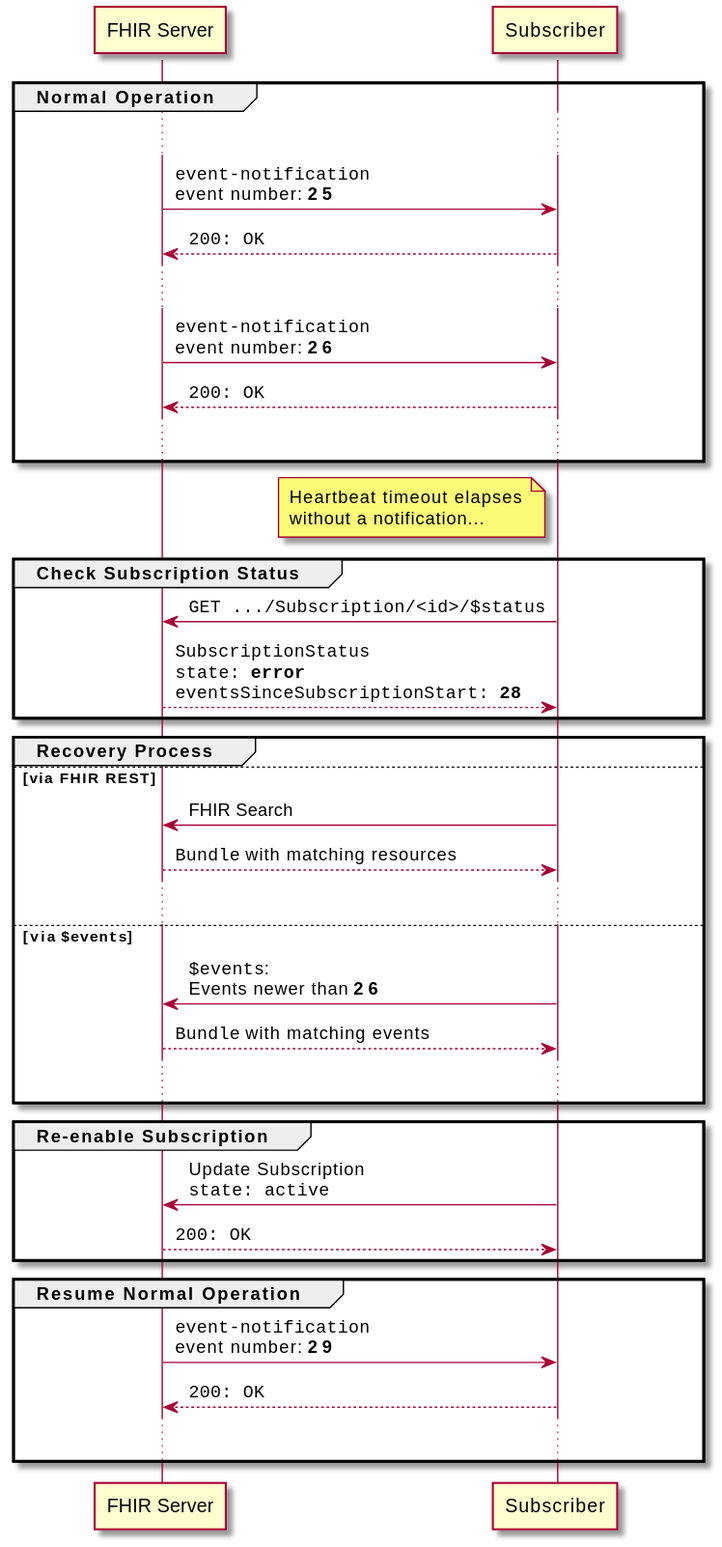
Above: images/subscriptions/subscription-error-no-communication.svg in HL7/fhir (PlantUML), before the change. Its diagram source:
```plantuml
@startuml
skinparam NoteTextAlignment left
skinparam Padding 2
skinparam ParticipantPadding 50
skinparam LifelineStrategy solid

participant "FHIR Server" as S
participant Subscriber    as C

group Normal Operation
  ...
  S -> C: ""event-notification""\nevent number: **25**
  return ""200: OK""
  ...
  S -> C: ""event-notification""\nevent number: **26**
  return ""200: OK""
  ...
end

note left of C
  Heartbeat timeout elapses
  without a notification...
end note

group Check Subscription Status
  C -> S: ""GET .../Subscription/<id>/$status""
  return ""SubscriptionStatus""\n""state: **error**""\n""eventsSinceSubscriptionStart: **28**""
end

group Recovery Process
else via FHIR REST
  C -> S: FHIR Search
  return ""Bundle"" with matching resources
  ...
else via ""$events""
  C -> S: ""$events"":\nEvents newer than **26**
  return ""Bundle"" with matching events
  ...

end

group Re-enable Subscription
  C -> S:Update Subscription\n""state: active""
  return ""200: OK""
end

group Resume Normal Operation
  S -> C: ""event-notification""\nevent number: **29**
  return ""200: OK""
  ...
end
@enduml
```
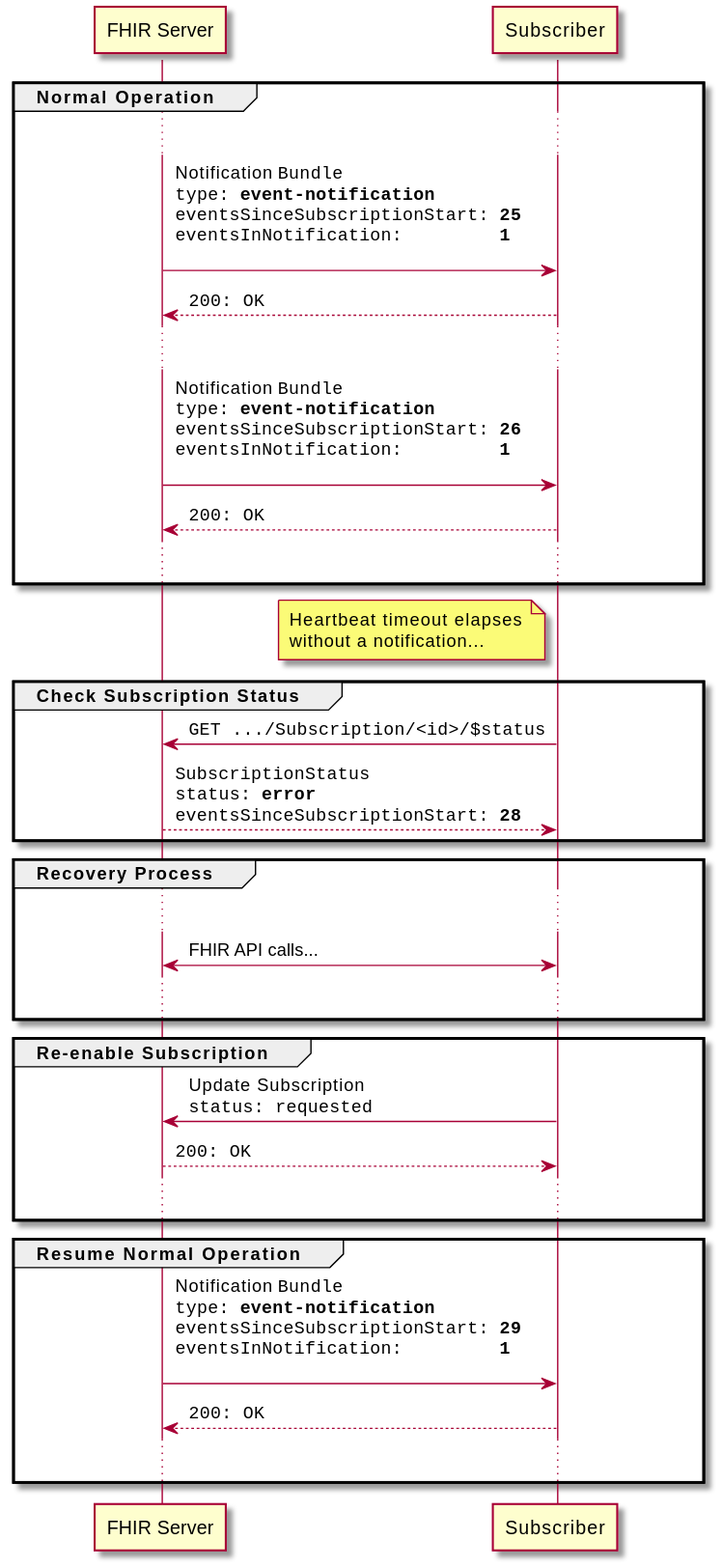
The same file after the commit.

The edit, as a diff of the source:
```diff
@@ -9,10 +9,10 @@
 
 group Normal Operation
   ...
-  S -> C: ""event-notification""\nevent number: **25**
+  S -> C: Notification ""Bundle""\n""type: **event-notification**""\n""eventsSinceSubscriptionStart: **25**""\n""eventsInNotification:         **1**""\n
   return ""200: OK""
   ...
-  S -> C: ""event-notification""\nevent number: **26**
+  S -> C: Notification ""Bundle""\n""type: **event-notification**""\n""eventsSinceSubscriptionStart: **26**""\n""eventsInNotification:         **1**""\n
   return ""200: OK""
   ...
 end
@@ -24,28 +24,23 @@
 
 group Check Subscription Status
   C -> S: ""GET .../Subscription/<id>/$status""
-  return ""SubscriptionStatus""\n""state: **error**""\n""eventsSinceSubscriptionStart: **28**""
+  return ""SubscriptionStatus""\n""status: **error**""\n""eventsSinceSubscriptionStart: **28**""
 end
 
 group Recovery Process
-else via FHIR REST
-  C -> S: FHIR Search
-  return ""Bundle"" with matching resources
   ...
-else via ""$events""
-  C -> S: ""$events"":\nEvents newer than **26**
-  return ""Bundle"" with matching events
+  C <-> S: FHIR API calls...
   ...
-
 end
 
 group Re-enable Subscription
-  C -> S:Update Subscription\n""state: active""
+  C -> S:Update Subscription\n""status: requested""
   return ""200: OK""
+  ...
 end
 
 group Resume Normal Operation
-  S -> C: ""event-notification""\nevent number: **29**
+  S -> C: Notification ""Bundle""\n""type: **event-notification**""\n""eventsSinceSubscriptionStart: **29**""\n""eventsInNotification:         **1**""\n
   return ""200: OK""
   ...
 end
```
